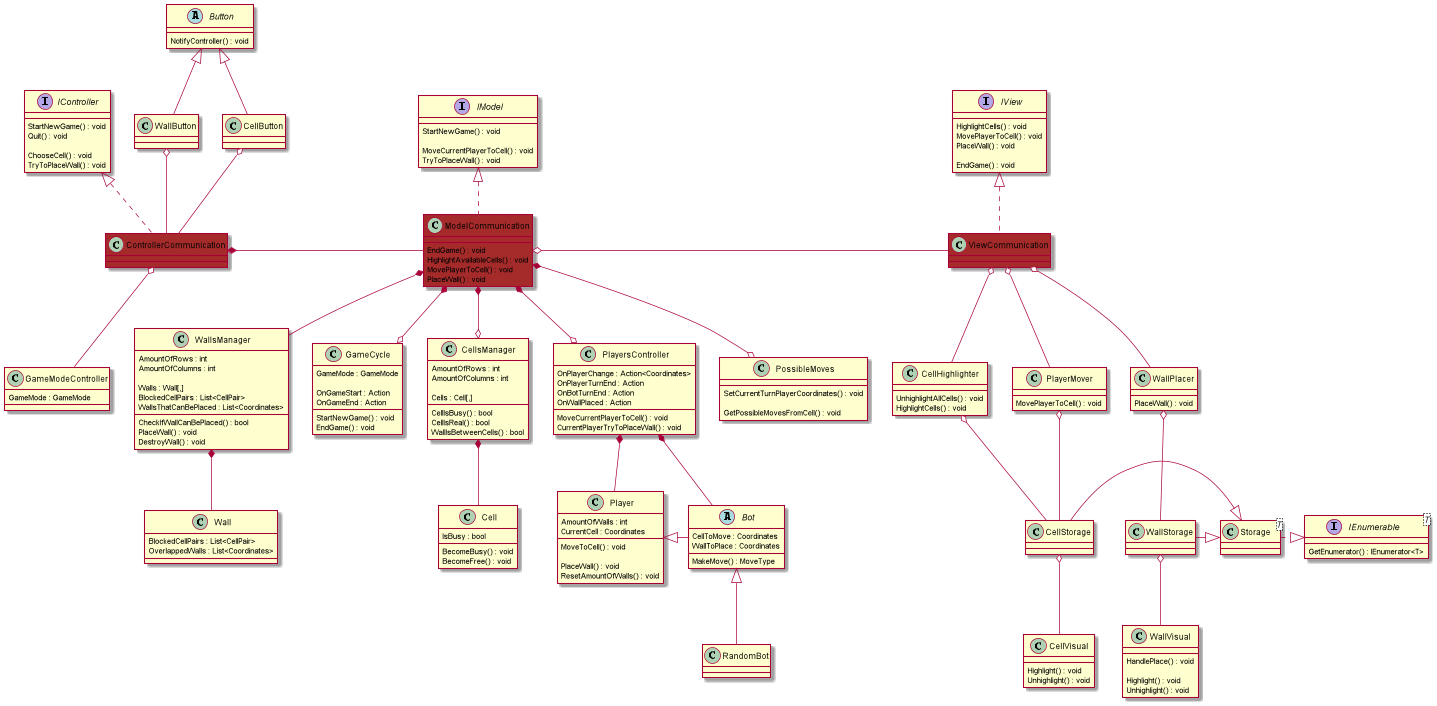
Earlier version of the PlantUML export Quoridor/Assets/Diagrams/diagram.png (snyk04/quoridor).
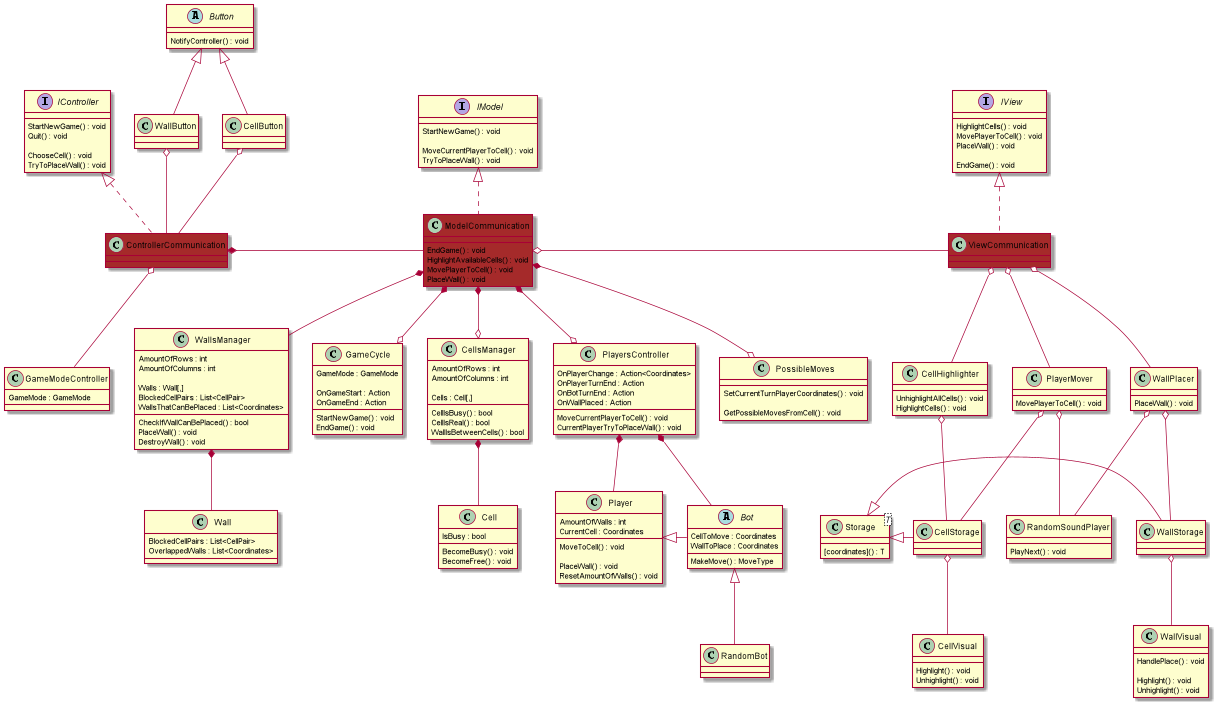
Above is the later version.

What changed in the source:
```diff
@@ -127,11 +127,10 @@
 }
 class ViewCommunication #brown
 
-interface IEnumerable<T>
+class Storage<T>
 {
-    GetEnumerator() : IEnumerator<T>
+    [coordinates]() : T
 }
-class Storage<T>
 
 class CellHighlighter
 {
@@ -163,11 +162,15 @@
     MovePlayerToCell() : void
 }
 
+class RandomSoundPlayer
+{
+    PlayNext() : void
+}
+
 IView <|..  ViewCommunication
 
-Storage .|> IEnumerable
-CellStorage -|> Storage
-WallStorage -|> Storage
+Storage <|- CellStorage
+Storage <|- WallStorage
 
 ViewCommunication o-- CellHighlighter
 ViewCommunication o-- PlayerMover
@@ -179,6 +182,10 @@
 
 WallPlacer o-- WallStorage
 WallStorage o-- WallVisual
+
+PlayerMover o-- RandomSoundPlayer
+WallPlacer o-- RandomSoundPlayer
+
 
 
 interface IController
```
